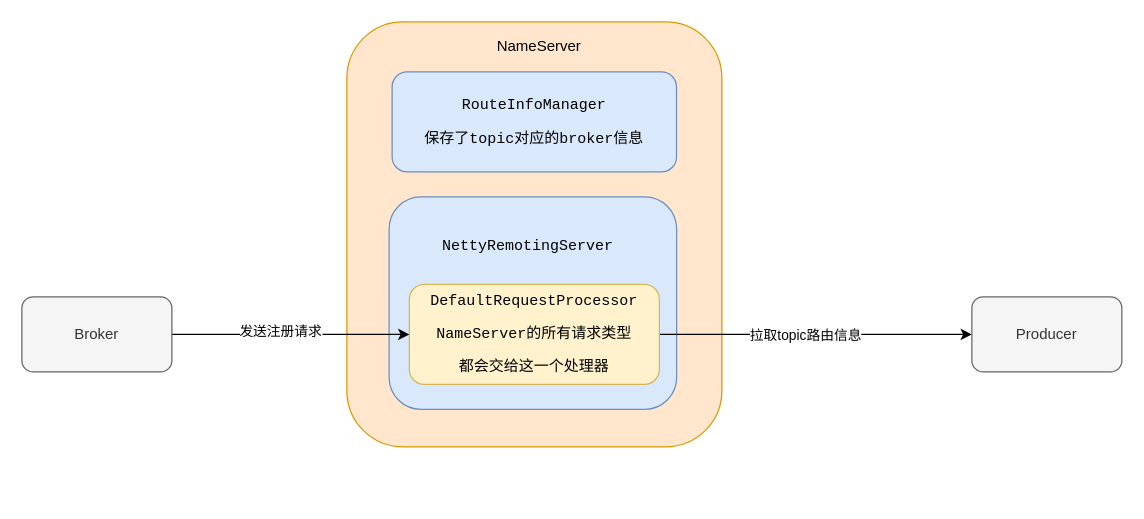
Before: rocketmq/nameserver各种组件.drawio in erlieStar/diagrams, a draw.io diagram. Source tidied: cells renumbered, new cells numbered last; positions are measured from the earlier drawing's top-left corner, leaving out a move shared by most shapes. Both pictures are drawn from the tidied source at 125%, with x=0, y=0 at pixel (21, 21).
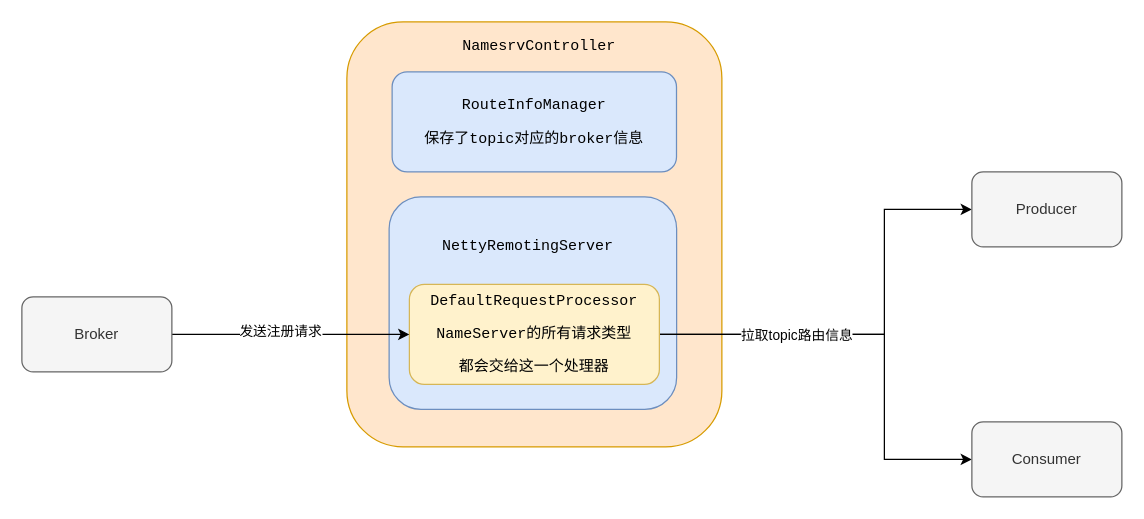
Above is the later version.

What changed in the source:
```diff
@@
 <mxGraphModel>
   <root>
     <mxCell id="0" />
     <mxCell id="1" parent="0" />
     <mxCell id="2" style="rounded=1;whiteSpace=wrap;html=1;fillColor=#ffe6cc;strokeColor=#d79b00;" parent="1" vertex="1">
       <mxGeometry x="260" width="300" height="340" as="geometry" />
     </mxCell>
-    <mxCell id="3" value="NameServer" style="text;html=1;strokeColor=none;fillColor=none;align=center;verticalAlign=middle;whiteSpace=wrap;rounded=0;" parent="1" vertex="1">
+    <mxCell id="3" value="&lt;pre&gt;NamesrvController&lt;/pre&gt;" style="text;html=1;strokeColor=none;fillColor=none;align=center;verticalAlign=middle;whiteSpace=wrap;rounded=0;" parent="1" vertex="1">
       <mxGeometry x="369" y="10" width="90" height="20" as="geometry" />
     </mxCell>
     <mxCell id="4" value="&lt;pre&gt;RouteInfoManager&lt;/pre&gt;&lt;pre&gt;保存了topic对应的broker信息&lt;/pre&gt;" style="rounded=1;whiteSpace=wrap;html=1;fillColor=#dae8fc;strokeColor=#6c8ebf;" parent="1" vertex="1">
       <mxGeometry x="296.2" y="40" width="227.5" height="80" as="geometry" />
     </mxCell>
     <mxCell id="5" value="&lt;pre&gt;&lt;pre&gt;&lt;br&gt;&lt;/pre&gt;&lt;/pre&gt;" style="rounded=1;whiteSpace=wrap;html=1;fillColor=#dae8fc;strokeColor=#6c8ebf;" parent="1" vertex="1">
       <mxGeometry x="293.8" y="140" width="230" height="170" as="geometry" />
     </mxCell>
     <mxCell id="6" value="&lt;pre&gt;NettyRemotingServer&lt;/pre&gt;" style="text;html=1;strokeColor=none;fillColor=none;align=center;verticalAlign=middle;whiteSpace=wrap;rounded=0;" parent="1" vertex="1">
       <mxGeometry x="315" y="170" width="180" height="20" as="geometry" />
     </mxCell>
-    <mxCell id="7" style="edgeStyle=orthogonalEdgeStyle;rounded=0;jettySize=auto;html=1;exitX=1;exitY=0.5;exitDx=0;exitDy=0;entryX=0;entryY=0.5;entryDx=0;entryDy=0;" parent="1" edge="1" source="9" target="13">
-      <mxGeometry relative="1" as="geometry" />
+    <mxCell id="7" style="rounded=0;jettySize=auto;html=1;exitX=1;exitY=0.5;exitDx=0;exitDy=0;entryX=0;entryY=0.5;entryDx=0;entryDy=0;edgeStyle=orthogonalEdgeStyle;" parent="1" edge="1" source="9" target="13">
+      <mxGeometry relative="1" as="geometry">
+        <Array as="points">
+          <mxPoint x="690" y="250" />
+          <mxPoint x="690" y="150" />
+        </Array>
+      </mxGeometry>
     </mxCell>
+    <mxCell id="14" style="rounded=0;jettySize=auto;html=1;exitX=1;exitY=0.5;exitDx=0;exitDy=0;entryX=0;entryY=0.5;entryDx=0;entryDy=0;edgeStyle=orthogonalEdgeStyle;" parent="1" edge="1" source="9" target="15">
+      <mxGeometry relative="1" as="geometry">
+        <Array as="points">
+          <mxPoint x="690" y="250" />
+          <mxPoint x="690" y="350" />
+        </Array>
+      </mxGeometry>
+    </mxCell>
-    <mxCell id="8" value="拉取topic路由信息" style="edgeLabel;html=1;align=center;verticalAlign=middle;" parent="7" vertex="1">
-      <mxGeometry x="-0.07" relative="1" as="geometry" />
+    <mxCell id="8" value="拉取topic路由信息" style="edgeLabel;html=1;align=center;verticalAlign=middle;" parent="14" vertex="1">
+      <mxGeometry x="-0.45" y="-2" relative="1" as="geometry">
+        <mxPoint x="13" y="-2" as="offset" />
+      </mxGeometry>
     </mxCell>
     <mxCell id="9" value="&lt;pre&gt;DefaultRequestProcessor&lt;/pre&gt;&lt;pre&gt;NameServer的所有请求类型&lt;/pre&gt;&lt;pre&gt;都会交给这一个处理器&lt;/pre&gt;" style="rounded=1;whiteSpace=wrap;html=1;fillColor=#fff2cc;strokeColor=#d6b656;" parent="1" vertex="1">
       <mxGeometry x="310" y="210" width="200" height="80" as="geometry" />
     </mxCell>
     <mxCell id="10" style="edgeStyle=orthogonalEdgeStyle;rounded=0;jettySize=auto;html=1;exitX=1;exitY=0.5;exitDx=0;exitDy=0;entryX=0;entryY=0.5;entryDx=0;entryDy=0;" parent="1" edge="1" source="12" target="9">
       <mxGeometry relative="1" as="geometry" />
     </mxCell>
     <mxCell id="11" value="发送注册请求" style="edgeLabel;html=1;align=center;verticalAlign=middle;" parent="10" vertex="1">
       <mxGeometry x="-0.09" y="3" relative="1" as="geometry" />
     </mxCell>
     <mxCell id="12" value="Broker" style="rounded=1;whiteSpace=wrap;html=1;fillColor=#f5f5f5;strokeColor=#666666;fontColor=#333333;" parent="1" vertex="1">
       <mxGeometry y="220" width="120" height="60" as="geometry" />
     </mxCell>
     <mxCell id="13" value="Producer" style="rounded=1;whiteSpace=wrap;html=1;fillColor=#f5f5f5;strokeColor=#666666;fontColor=#333333;" parent="1" vertex="1">
-      <mxGeometry x="760" y="220" width="120" height="60" as="geometry" />
+      <mxGeometry x="760" y="120" width="120" height="60" as="geometry" />
     </mxCell>
+    <mxCell id="15" value="Consumer" style="rounded=1;whiteSpace=wrap;html=1;fillColor=#f5f5f5;strokeColor=#666666;fontColor=#333333;" parent="1" vertex="1">
+      <mxGeometry x="760" y="320" width="120" height="60" as="geometry" />
+    </mxCell>
   </root>
 </mxGraphModel>
```
